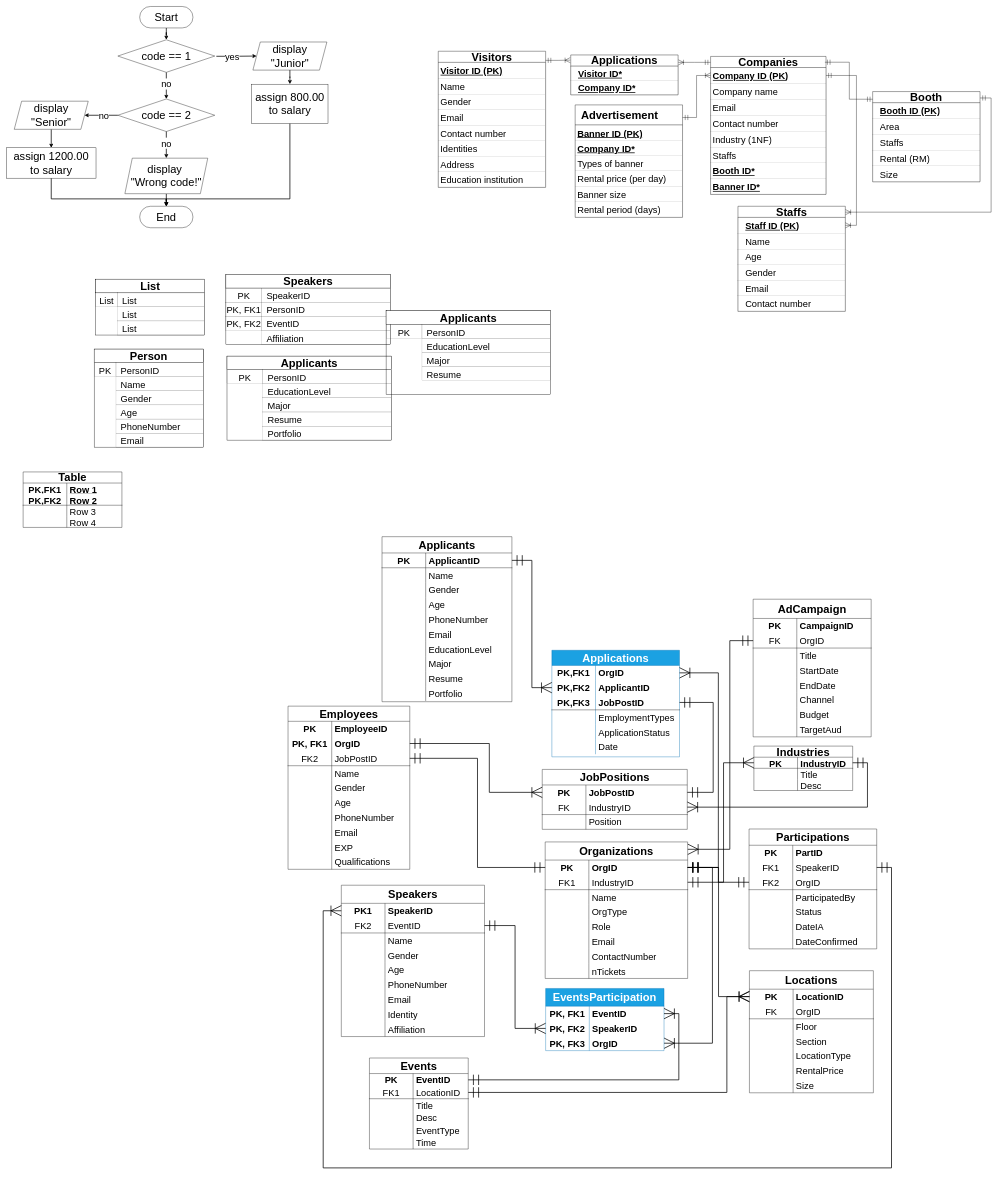
twelve0dev9/BMCS1053-asg keeps this draw.io diagram as ERD BMCS1053 asg.drawio. Above is the earlier version. Source tidied: cells renumbered, new cells numbered last; positions are measured from the earlier drawing's top-left corner, leaving out a move shared by most shapes. Both pictures are drawn from the tidied source at 37%, with x=0, y=0 at pixel (6, 6).
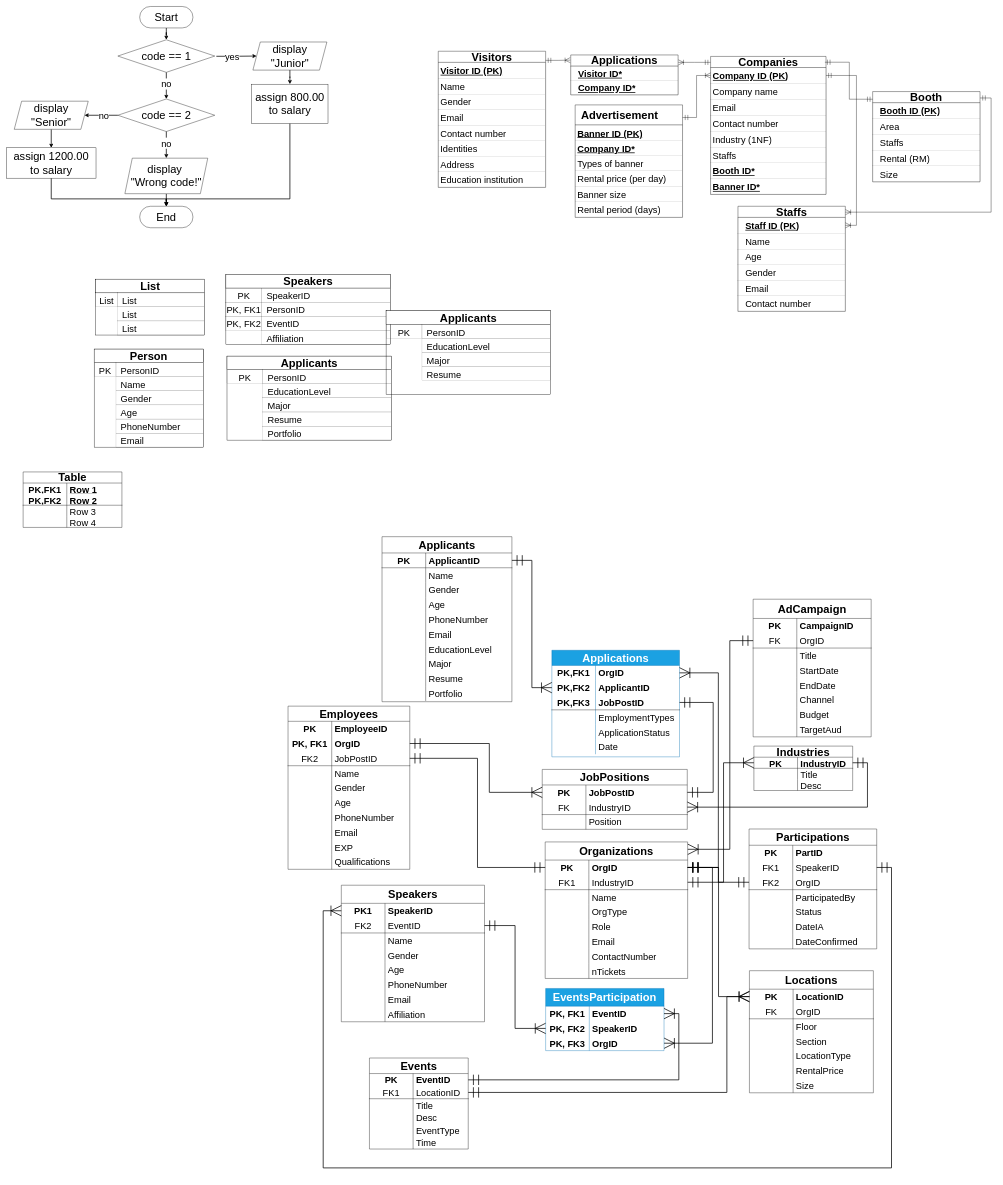
Above is the later version.

Commit message (it also covers changes not shown here):
remove identity attr for Speakers

What changed in the source:
```diff
@@
     <mxCell id="114" value="Speakers" style="shape=table;startSize=49;childLayout=tableLayout;rowLines=0;fontStyle=1;align=center;html=1;whiteSpace=wrap;fontSize=30;" parent="1" vertex="1">
-      <mxGeometry x="905" y="2375" width="387" height="409" as="geometry" />
+      <mxGeometry x="905" y="2375" width="387" height="369" as="geometry" />
     </mxCell>
@@
-    <mxCell id="136" style="shape=tableRow;horizontal=0;startSize=0;swimlaneHead=0;swimlaneBody=0;fillColor=none;top=0;left=0;right=0;bottom=0;html=1;fontSize=30;" parent="114" vertex="1">
-      <mxGeometry y="329" width="387" height="40" as="geometry" />
-    </mxCell>
-    <mxCell id="137" style="shape=partialRectangle;fillColor=none;top=0;left=0;bottom=0;right=0;overflow=hidden;html=1;whiteSpace=wrap;fontSize=25;" parent="136" vertex="1">
-      <mxGeometry width="118" height="40" as="geometry" />
-    </mxCell>
-    <mxCell id="138" value="Identity" style="shape=partialRectangle;fillColor=none;top=0;left=0;bottom=0;right=0;align=left;spacingLeft=6;overflow=hidden;html=1;whiteSpace=wrap;fontSize=25;" parent="136" vertex="1">
-      <mxGeometry x="118" width="269" height="40" as="geometry" />
-    </mxCell>
     <mxCell id="139" style="shape=tableRow;horizontal=0;startSize=0;swimlaneHead=0;swimlaneBody=0;fillColor=none;top=0;left=0;right=0;bottom=0;html=1;fontSize=30;" parent="114" vertex="1">
-      <mxGeometry y="369" width="387" height="40" as="geometry" />
+      <mxGeometry y="329" width="387" height="40" as="geometry" />
     </mxCell>
```
